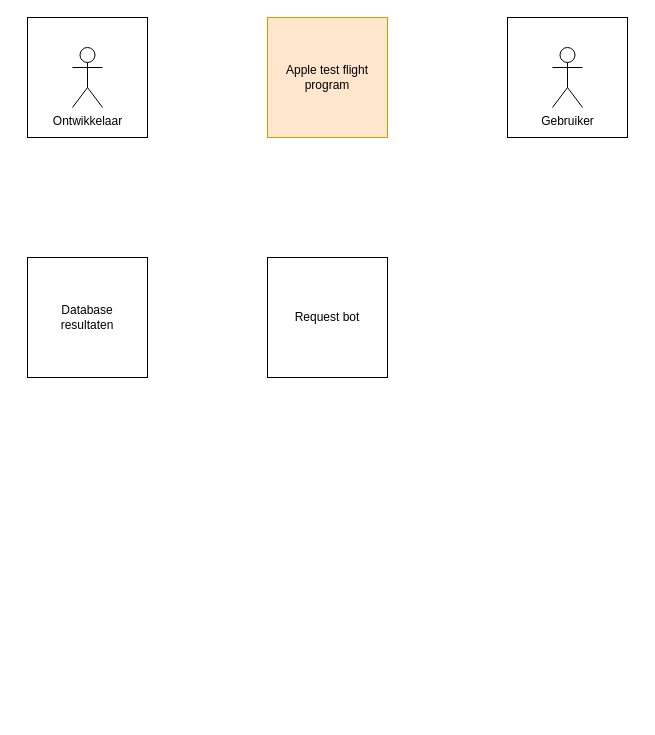
The draw.io diagram page "Test-Flight" (4 of 8) of cli app.drawio in luukvankooten/draw.io, before the edit. Source tidied: cells renumbered, new cells numbered last; positions are measured from the earlier drawing's top-left corner, leaving out a move shared by most shapes. Both pictures are drawn from the tidied source at 100%, with x=0, y=0 at pixel (27, 17).
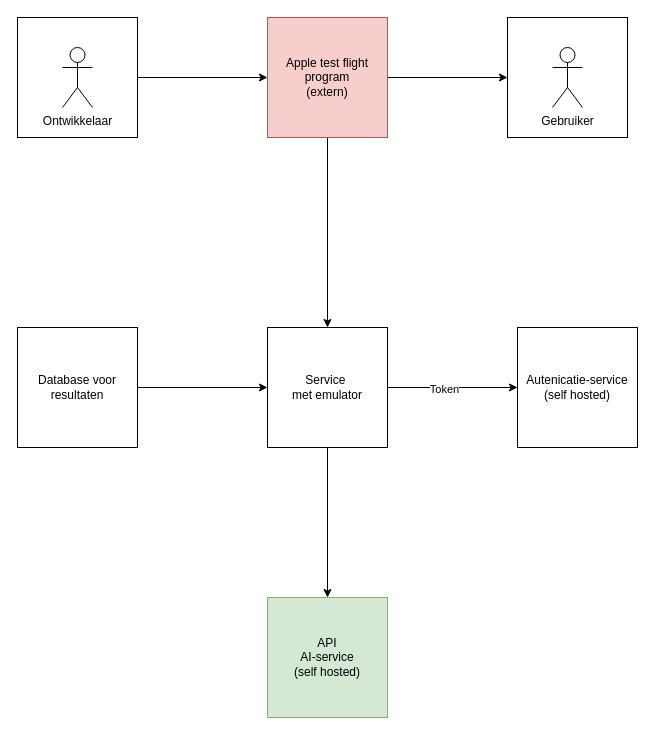
The same page after the edit.

What changed in the source:
```diff
@@
 <mxGraphModel>
   <root>
     <mxCell id="0" />
     <mxCell id="1" parent="0" />
     <mxCell id="2" style="group;" parent="1" vertex="1">
-      <mxGeometry width="120" height="120" as="geometry" />
+      <mxGeometry x="-10" width="120" height="120" as="geometry" />
     </mxCell>
     <mxCell id="3" style="whiteSpace=wrap;html=1;" parent="2" vertex="1">
       <mxGeometry width="120" height="120" as="geometry" />
     </mxCell>
     <mxCell id="4" value="Ontwikkelaar" style="shape=umlActor;verticalLabelPosition=bottom;verticalAlign=top;html=1;" parent="2" vertex="1">
       <mxGeometry x="45" y="30" width="30" height="60" as="geometry" />
     </mxCell>
+    <mxCell id="11" style="edgeStyle=orthogonalEdgeStyle;rounded=0;jettySize=auto;html=1;entryX=0.5;entryY=0;entryDx=0;entryDy=0;" parent="1" edge="1" source="5" target="6">
+      <mxGeometry relative="1" as="geometry" />
+    </mxCell>
+    <mxCell id="12" style="edgeStyle=orthogonalEdgeStyle;rounded=0;jettySize=auto;html=1;" parent="1" edge="1" source="5" target="8">
+      <mxGeometry relative="1" as="geometry" />
+    </mxCell>
-    <mxCell id="5" value="Apple test flight program" style="whiteSpace=wrap;html=1;fillColor=#ffe6cc;strokeColor=#d79b00;" parent="1" vertex="1">
+    <mxCell id="5" value="&lt;div&gt;Apple test flight program&lt;/div&gt;&lt;div&gt;(extern)&lt;/div&gt;" style="whiteSpace=wrap;html=1;fillColor=#f8cecc;strokeColor=#b85450;" parent="1" vertex="1">
       <mxGeometry x="240" width="120" height="120" as="geometry" />
     </mxCell>
+    <mxCell id="13" style="edgeStyle=orthogonalEdgeStyle;rounded=0;jettySize=auto;html=1;" parent="1" edge="1" source="6" target="17">
+      <mxGeometry relative="1" as="geometry" />
+    </mxCell>
+    <mxCell id="14" value="Token" style="edgeLabel;html=1;align=center;verticalAlign=middle;" parent="13" vertex="1">
+      <mxGeometry x="-0.14" y="-1" relative="1" as="geometry" />
+    </mxCell>
+    <mxCell id="15" style="edgeStyle=orthogonalEdgeStyle;rounded=0;jettySize=auto;html=1;entryX=0.5;entryY=0;entryDx=0;entryDy=0;" parent="1" edge="1" source="6" target="18">
+      <mxGeometry relative="1" as="geometry" />
+    </mxCell>
-    <mxCell id="6" value="Request bot" style="whiteSpace=wrap;html=1;" parent="1" vertex="1">
-      <mxGeometry x="240" y="240" width="120" height="120" as="geometry" />
+    <mxCell id="6" value="&lt;div&gt;Service&amp;nbsp;&lt;/div&gt;&lt;div&gt;met emulator&lt;/div&gt;" style="whiteSpace=wrap;html=1;" parent="1" vertex="1">
+      <mxGeometry x="240" y="310" width="120" height="120" as="geometry" />
     </mxCell>
     <mxCell id="7" style="group;" parent="1" vertex="1">
       <mxGeometry x="480" width="120" height="120" as="geometry" />
     </mxCell>
     <mxCell id="8" style="whiteSpace=wrap;html=1;" parent="7" vertex="1">
       <mxGeometry width="120" height="120" as="geometry" />
     </mxCell>
     <mxCell id="9" value="Gebruiker" style="shape=umlActor;verticalLabelPosition=bottom;verticalAlign=top;html=1;" parent="7" vertex="1">
       <mxGeometry x="45" y="30" width="30" height="60" as="geometry" />
     </mxCell>
+    <mxCell id="16" style="edgeStyle=orthogonalEdgeStyle;rounded=0;jettySize=auto;html=1;entryX=0;entryY=0.5;entryDx=0;entryDy=0;" parent="1" edge="1" source="10" target="6">
+      <mxGeometry relative="1" as="geometry" />
+    </mxCell>
-    <mxCell id="10" value="&lt;div&gt;Database&lt;/div&gt;&lt;div&gt;resultaten&lt;br&gt;&lt;/div&gt;" style="whiteSpace=wrap;html=1;" parent="1" vertex="1">
-      <mxGeometry y="240" width="120" height="120" as="geometry" />
+    <mxCell id="10" value="&lt;div&gt;Database voor&lt;br&gt;&lt;/div&gt;&lt;div&gt;resultaten&lt;br&gt;&lt;/div&gt;" style="whiteSpace=wrap;html=1;" parent="1" vertex="1">
+      <mxGeometry x="-10" y="310" width="120" height="120" as="geometry" />
     </mxCell>
+    <mxCell id="17" value="&lt;div&gt;Autenicatie-service&lt;/div&gt;&lt;div&gt;(self hosted)&lt;br&gt;&lt;/div&gt;" style="whiteSpace=wrap;html=1;" parent="1" vertex="1">
+      <mxGeometry x="490" y="310" width="120" height="120" as="geometry" />
+    </mxCell>
+    <mxCell id="18" value="&lt;div&gt;API&lt;br&gt;&lt;/div&gt;&lt;div&gt;AI-service&lt;/div&gt;&lt;div&gt;(self hosted)&lt;br&gt;&lt;/div&gt;" style="whiteSpace=wrap;html=1;fillColor=#d5e8d4;strokeColor=#82b366;" parent="1" vertex="1">
+      <mxGeometry x="240" y="580" width="120" height="120" as="geometry" />
+    </mxCell>
+    <mxCell id="19" style="edgeStyle=orthogonalEdgeStyle;rounded=0;jettySize=auto;html=1;entryX=0;entryY=0.5;entryDx=0;entryDy=0;" parent="1" edge="1" source="3" target="5">
+      <mxGeometry relative="1" as="geometry" />
+    </mxCell>
   </root>
 </mxGraphModel>
```
